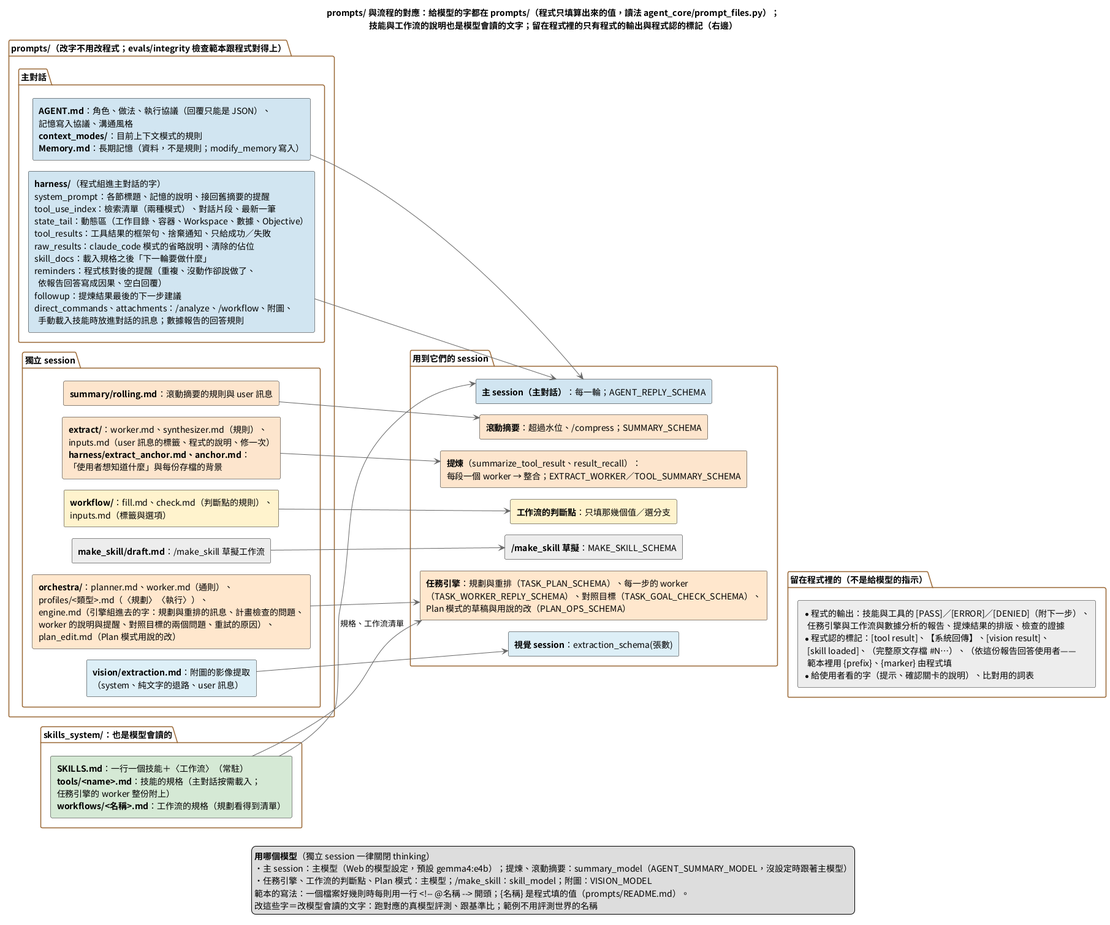
Above: doc/images/prompts與流程的對應.png in DavidZox/Coding_agnet (PlantUML), before the change. Its diagram source:
```plantuml
@startuml
skinparam shadowing false
skinparam defaultFontName "Noto Sans CJK TC"
skinparam RectangleWidthMax 440
skinparam PackageBorderColor #996633
skinparam ArrowColor #666666
skinparam ranksep 70
skinparam nodesep 22
left to right direction

title prompts/ 與流程的對應：給模型的字都在 prompts/（程式只填算出來的值，讀法 agent_core/prompt_files.py）；\n技能與工作流的說明也是模型會讀的文字；留在程式裡的只有程式的輸出與程式認的標記（右邊）

package "prompts/（改字不用改程式；evals/integrity 檢查範本跟程式對得上）" {
  package "主對話" {
    rectangle P_AGENT #D1E5F0 [
      **AGENT.md**：角色、做法、執行協議（回覆只能是 JSON）、
      記憶寫入協議、溝通風格
      **context_modes/**：目前上下文模式的規則
      **Memory.md**：長期記憶（資料，不是規則；modify_memory 寫入）
    ]
    rectangle P_HARNESS #D1E5F0 [
      **harness/**（程式組進主對話的字）
      system_prompt：各節標題、記憶的說明、接回舊摘要的提醒
      tool_use_index：檢索清單（兩種模式）、對話片段、最新一筆
      state_tail：動態區（工作目錄、容器、Workspace、數據、Objective）
      tool_results：工具結果的框架句、捨棄通知、只給成功／失敗
      raw_results：claude_code 模式的省略說明、清除的佔位
      skill_docs：載入規格之後「下一輪要做什麼」
      reminders：程式核對後的提醒（重複、沒動作卻說做了、
        依報告回答寫成因果、空白回覆）
      followup：提煉結果最後的下一步建議
      direct_commands、attachments：/analyze、/workflow、附圖、
        手動載入技能時放進對話的訊息；數據報告的回答規則
    ]
  }
  package "獨立 session" {
    rectangle P_SUMMARY #FCE5CD [
      **summary/rolling.md**：滾動摘要的規則與 user 訊息
    ]
    rectangle P_EXTRACT #FCE5CD [
      **extract/**：worker.md、synthesizer.md（規則）、
      inputs.md（user 訊息的標籤、程式的說明、修一次）
      **harness/extract_anchor.md、anchor.md**：
      「使用者想知道什麼」與每份存檔的背景
    ]
    rectangle P_ORCH #FFE6CC [
      **orchestra/**：planner.md、worker.md（通則）、
      profiles/<類型>.md（〈規劃〉〈執行〉）、
      engine.md（引擎組進去的字：規劃與重排的訊息、計畫檢查的問題、
      worker 的說明與提醒、對照目標的兩個問題、重試的原因）、
      plan_edit.md（Plan 模式用說的改）
    ]
    rectangle P_WF #FFF2CC [
      **workflow/**：fill.md、check.md（判斷點的規則）、
      inputs.md（標籤與選項）
    ]
    rectangle P_MS #ECECEC [
      **make_skill/draft.md**：/make_skill 草擬工作流
    ]
    rectangle P_VISION #DDEEF6 [
      **vision/extraction.md**：附圖的影像提取
      （system、純文字的退路、user 訊息）
    ]
  }
}

package "skills_system/：也是模型會讀的" {
  rectangle K_ALL #D5E8D4 [
    **SKILLS.md**：一行一個技能＋〈工作流〉（常駐）
    **tools/<name>.md**：技能的規格（主對話按需載入；
    任務引擎的 worker 整份附上）
    **workflows/<名稱>.md**：工作流的規格（規劃看得到清單）
  ]
}

package "用到它們的 session" {
  rectangle S_MAIN #D1E5F0 [
    **主 session（主對話）**：每一輪；AGENT_REPLY_SCHEMA
  ]
  rectangle S_SUMMARY #FCE5CD [
    **滾動摘要**：超過水位、/compress；SUMMARY_SCHEMA
  ]
  rectangle S_EXTRACT #FCE5CD [
    **提煉**（summarize_tool_result、result_recall）：
    每段一個 worker → 整合；EXTRACT_WORKER／TOOL_SUMMARY_SCHEMA
  ]
  rectangle S_ORCH #FFE6CC [
    **任務引擎**：規劃與重排（TASK_PLAN_SCHEMA）、每一步的 worker
    （TASK_WORKER_REPLY_SCHEMA）、對照目標（TASK_GOAL_CHECK_SCHEMA）、
    Plan 模式的草稿與用說的改（PLAN_OPS_SCHEMA）
  ]
  rectangle S_WF #FFF2CC [
    **工作流的判斷點**：只填那幾個值／選分支
  ]
  rectangle S_MS #ECECEC [
    **/make_skill 草擬**：MAKE_SKILL_SCHEMA
  ]
  rectangle S_VISION #DDEEF6 [
    **視覺 session**：extraction_schema(張數)
  ]
}

package "留在程式裡的（不是給模型的指示）" {
  rectangle C_LIST #ECECEC [
    * 程式的輸出：技能與工具的 [PASS]／[ERROR]／[DENIED]（附下一步）、
      任務引擎與工作流與數據分析的報告、提煉結果的排版、檢查的證據
    * 程式認的標記：[tool result]、【系統回傳】、[vision result]、
      [skill loaded]、（完整原文存檔 #N…）、（依這份報告回答使用者——
      範本裡用 {prefix}、{marker} 由程式填
    * 給使用者看的字（提示、確認關卡的說明）、比對用的詞表
  ]
}

P_AGENT --> S_MAIN
P_HARNESS --> S_MAIN
K_ALL --> S_MAIN
P_SUMMARY --> S_SUMMARY
P_EXTRACT --> S_EXTRACT
P_ORCH --> S_ORCH
K_ALL --> S_ORCH : 規格、工作流清單
P_WF --> S_WF
P_MS --> S_MS
P_VISION --> S_VISION
S_VISION -[hidden]-> C_LIST

legend bottom
  **用哪個模型**（獨立 session 一律關閉 thinking）
  ・主 session：主模型（Web 的模型設定，預設 gemma4:e4b）；提煉、滾動摘要：summary_model（AGENT_SUMMARY_MODEL，沒設定時跟著主模型）
  ・任務引擎、工作流的判斷點、Plan 模式：主模型；/make_skill：skill_model；附圖：VISION_MODEL
  範本的寫法：一個檔案好幾則時每則用一行 <!~-- @名稱 ~--> 開頭；{名稱} 是程式填的值（prompts/README.md）。
  改這些字＝改模型會讀的文字：跑對應的真模型評測、跟基準比；範例不用評測世界的名稱
endlegend
@enduml
```
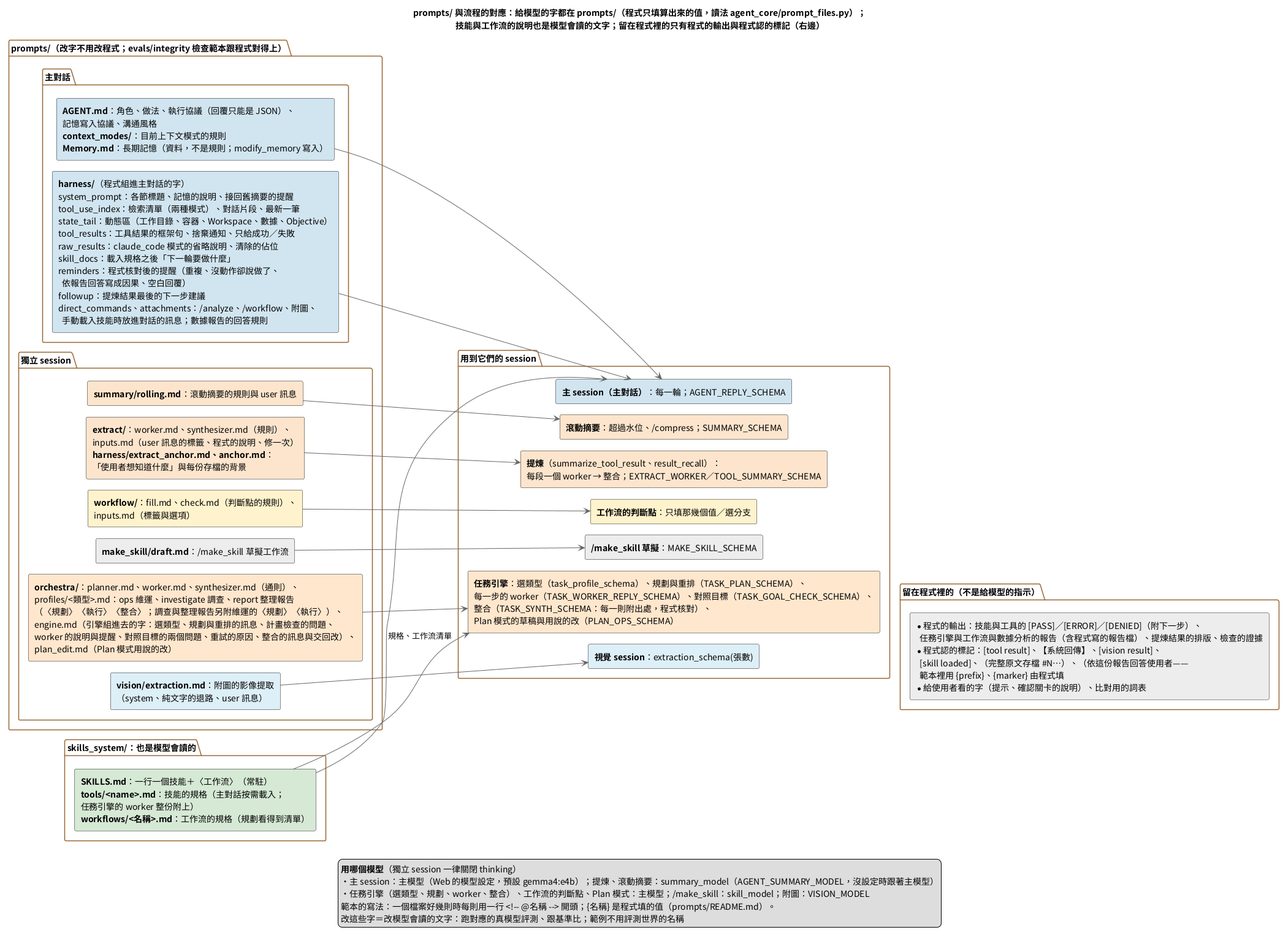
Later version of the same file.

What changed in the source:
```diff
@@ -44,10 +44,11 @@
       「使用者想知道什麼」與每份存檔的背景
     ]
     rectangle P_ORCH #FFE6CC [
-      **orchestra/**：planner.md、worker.md（通則）、
-      profiles/<類型>.md（〈規劃〉〈執行〉）、
-      engine.md（引擎組進去的字：規劃與重排的訊息、計畫檢查的問題、
-      worker 的說明與提醒、對照目標的兩個問題、重試的原因）、
+      **orchestra/**：planner.md、worker.md、synthesizer.md（通則）、
+      profiles/<類型>.md：ops 維運、investigate 調查、report 整理報告
+      （〈規劃〉〈執行〉〈整合〉；調查與整理報告另附維運的〈規劃〉〈執行〉）、
+      engine.md（引擎組進去的字：選類型、規劃與重排的訊息、計畫檢查的問題、
+      worker 的說明與提醒、對照目標的兩個問題、重試的原因、整合的訊息與交回改）、
       plan_edit.md（Plan 模式用說的改）
     ]
     rectangle P_WF #FFF2CC [
@@ -85,8 +86,9 @@
     每段一個 worker → 整合；EXTRACT_WORKER／TOOL_SUMMARY_SCHEMA
   ]
   rectangle S_ORCH #FFE6CC [
-    **任務引擎**：規劃與重排（TASK_PLAN_SCHEMA）、每一步的 worker
-    （TASK_WORKER_REPLY_SCHEMA）、對照目標（TASK_GOAL_CHECK_SCHEMA）、
+    **任務引擎**：選類型（task_profile_schema）、規劃與重排（TASK_PLAN_SCHEMA）、
+    每一步的 worker（TASK_WORKER_REPLY_SCHEMA）、對照目標（TASK_GOAL_CHECK_SCHEMA）、
+    整合（TASK_SYNTH_SCHEMA：每一則附出處，程式核對）、
     Plan 模式的草稿與用說的改（PLAN_OPS_SCHEMA）
   ]
   rectangle S_WF #FFF2CC [
@@ -103,7 +105,7 @@
 package "留在程式裡的（不是給模型的指示）" {
   rectangle C_LIST #ECECEC [
     * 程式的輸出：技能與工具的 [PASS]／[ERROR]／[DENIED]（附下一步）、
-      任務引擎與工作流與數據分析的報告、提煉結果的排版、檢查的證據
+      任務引擎與工作流與數據分析的報告（含程式寫的報告檔）、提煉結果的排版、檢查的證據
     * 程式認的標記：[tool result]、【系統回傳】、[vision result]、
       [skill loaded]、（完整原文存檔 #N…）、（依這份報告回答使用者——
       範本裡用 {prefix}、{marker} 由程式填
@@ -126,7 +128,7 @@
 legend bottom
   **用哪個模型**（獨立 session 一律關閉 thinking）
   ・主 session：主模型（Web 的模型設定，預設 gemma4:e4b）；提煉、滾動摘要：summary_model（AGENT_SUMMARY_MODEL，沒設定時跟著主模型）
-  ・任務引擎、工作流的判斷點、Plan 模式：主模型；/make_skill：skill_model；附圖：VISION_MODEL
+  ・任務引擎（選類型、規劃、worker、整合）、工作流的判斷點、Plan 模式：主模型；/make_skill：skill_model；附圖：VISION_MODEL
   範本的寫法：一個檔案好幾則時每則用一行 <!~-- @名稱 ~--> 開頭；{名稱} 是程式填的值（prompts/README.md）。
   改這些字＝改模型會讀的文字：跑對應的真模型評測、跟基準比；範例不用評測世界的名稱
 endlegend
```
